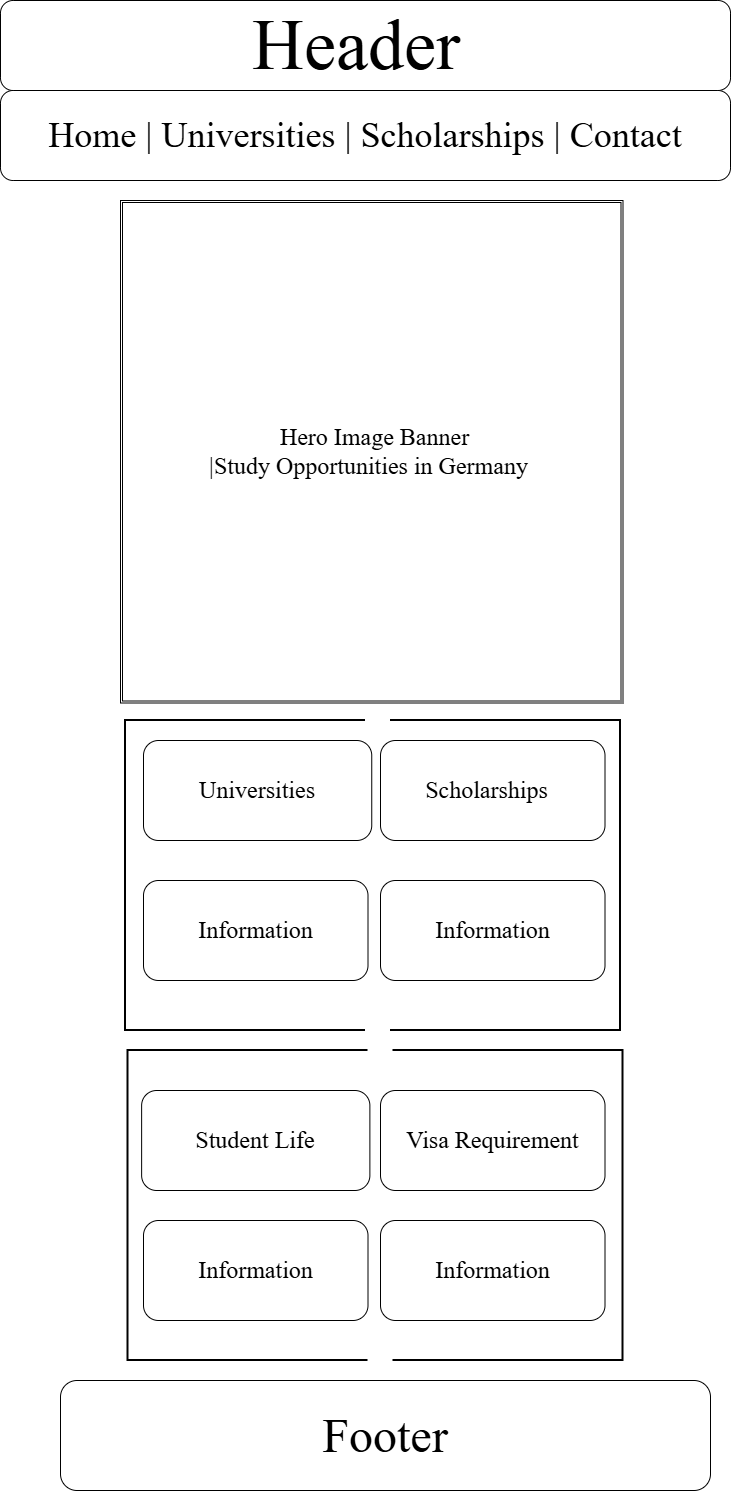
amomoh6392/wdd131 keeps this draw.io diagram as project/images/desktop-wireframe.png. Above is the earlier version. Source tidied: cells renumbered, new cells last; positions are measured from the earlier drawing's top-left corner, leaving out a move shared by most shapes. Source of this version:
```xml
<mxGraphModel>
  <root>
    <mxCell id="0" />
    <mxCell id="1" parent="0" />
    <mxCell id="2" style="strokeWidth=2;html=1;shape=mxgraph.flowchart.annotation_1;align=left;" parent="1" vertex="1">
      <mxGeometry x="125" y="720" width="240" height="310" as="geometry" />
    </mxCell>
    <mxCell id="3" style="strokeWidth=2;html=1;shape=mxgraph.flowchart.annotation_1;align=left;direction=west;" parent="1" vertex="1">
      <mxGeometry x="390" y="720" width="230" height="310" as="geometry" />
    </mxCell>
    <mxCell id="4" value="&lt;font style=&quot;font-size: 72px;&quot;&gt;Header&amp;nbsp;&lt;/font&gt;" style="rounded=1;whiteSpace=wrap;html=1;arcSize=14;fontFamily=Times New Roman;textDirection=ltr;" parent="1" vertex="1">
      <mxGeometry width="730" height="90" as="geometry" />
    </mxCell>
    <mxCell id="5" value="&lt;font face=&quot;Times New Roman&quot; style=&quot;font-size: 24px;&quot;&gt;&amp;nbsp; Hero Image Banner&amp;nbsp;&lt;br&gt;|Study Opportunities in Germany&amp;nbsp;&lt;/font&gt;" style="shape=ext;double=1;whiteSpace=wrap;html=1;" parent="1" vertex="1">
      <mxGeometry x="120" y="200" width="502.5" height="502.5" as="geometry" />
    </mxCell>
    <mxCell id="6" value="&lt;font face=&quot;Times New Roman&quot; style=&quot;font-size: 24px;&quot;&gt;Universities&lt;/font&gt;" style="rounded=1;whiteSpace=wrap;html=1;" parent="1" vertex="1">
      <mxGeometry x="143" y="740" width="228.2" height="100" as="geometry" />
    </mxCell>
    <mxCell id="7" value="&lt;font face=&quot;Times New Roman&quot; style=&quot;font-size: 24px;&quot;&gt;Scholarships&amp;nbsp;&amp;nbsp;&lt;/font&gt;" style="rounded=1;whiteSpace=wrap;html=1;" parent="1" vertex="1">
      <mxGeometry x="380" y="740" width="224.5" height="100" as="geometry" />
    </mxCell>
    <mxCell id="8" value="&lt;font face=&quot;Times New Roman&quot; style=&quot;font-size: 24px;&quot;&gt;Information&lt;/font&gt;" style="rounded=1;whiteSpace=wrap;html=1;" parent="1" vertex="1">
      <mxGeometry x="380" y="880" width="224.5" height="100" as="geometry" />
    </mxCell>
    <mxCell id="9" value="&lt;font face=&quot;Times New Roman&quot; style=&quot;font-size: 48px;&quot;&gt;Footer&lt;/font&gt;" style="rounded=1;whiteSpace=wrap;html=1;" parent="1" vertex="1">
      <mxGeometry x="60" y="1380" width="650" height="110" as="geometry" />
    </mxCell>
    <mxCell id="10" value="&lt;font style=&quot;font-size: 36px;&quot;&gt;Home | Universities | Scholarships | Contact &lt;/font&gt;" style="rounded=1;whiteSpace=wrap;html=1;arcSize=14;fontFamily=Times New Roman;textDirection=ltr;" parent="1" vertex="1">
      <mxGeometry y="90" width="730" height="90" as="geometry" />
    </mxCell>
    <mxCell id="11" value="&lt;font face=&quot;Times New Roman&quot; style=&quot;font-size: 24px;&quot;&gt;Information&lt;/font&gt;" style="rounded=1;whiteSpace=wrap;html=1;" parent="1" vertex="1">
      <mxGeometry x="143" y="880" width="224.5" height="100" as="geometry" />
    </mxCell>
    <mxCell id="12" style="strokeWidth=2;html=1;shape=mxgraph.flowchart.annotation_1;align=left;" parent="1" vertex="1">
      <mxGeometry x="127.5" y="1050" width="240" height="310" as="geometry" />
    </mxCell>
    <mxCell id="13" style="strokeWidth=2;html=1;shape=mxgraph.flowchart.annotation_1;align=left;direction=west;" parent="1" vertex="1">
      <mxGeometry x="392.5" y="1050" width="230" height="310" as="geometry" />
    </mxCell>
    <mxCell id="14" value="&lt;font face=&quot;Times New Roman&quot; style=&quot;font-size: 24px;&quot;&gt;Student Life&lt;/font&gt;" style="rounded=1;whiteSpace=wrap;html=1;" parent="1" vertex="1">
      <mxGeometry x="141.1" y="1090" width="228.2" height="100" as="geometry" />
    </mxCell>
    <mxCell id="15" value="&lt;font face=&quot;Times New Roman&quot; style=&quot;font-size: 24px;&quot;&gt;Visa Requirement&lt;/font&gt;" style="rounded=1;whiteSpace=wrap;html=1;" parent="1" vertex="1">
      <mxGeometry x="380" y="1090" width="224.5" height="100" as="geometry" />
    </mxCell>
    <mxCell id="16" value="&lt;font face=&quot;Times New Roman&quot; style=&quot;font-size: 24px;&quot;&gt;Information&lt;/font&gt;" style="rounded=1;whiteSpace=wrap;html=1;" parent="1" vertex="1">
      <mxGeometry x="380" y="1220" width="224.5" height="100" as="geometry" />
    </mxCell>
    <mxCell id="17" value="&lt;font face=&quot;Times New Roman&quot; style=&quot;font-size: 24px;&quot;&gt;Information&lt;/font&gt;" style="rounded=1;whiteSpace=wrap;html=1;" parent="1" vertex="1">
      <mxGeometry x="143" y="1220" width="224.5" height="100" as="geometry" />
    </mxCell>
  </root>
</mxGraphModel>
```
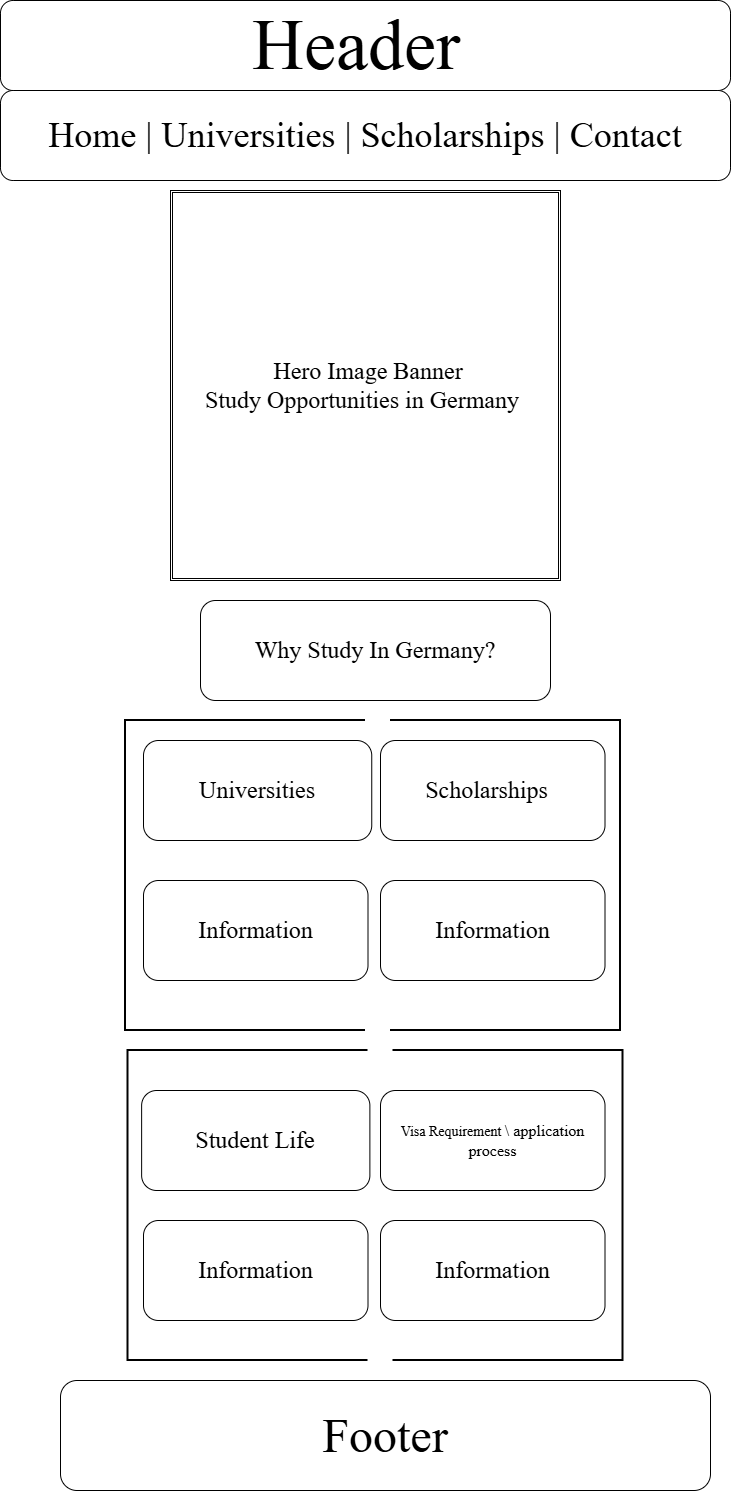
The same file after the commit.

Diff of the diagram source:
```diff
@@ -11,8 +11,8 @@
     <mxCell id="4" value="&lt;font style=&quot;font-size: 72px;&quot;&gt;Header&amp;nbsp;&lt;/font&gt;" style="rounded=1;whiteSpace=wrap;html=1;arcSize=14;fontFamily=Times New Roman;textDirection=ltr;" parent="1" vertex="1">
       <mxGeometry width="730" height="90" as="geometry" />
     </mxCell>
-    <mxCell id="5" value="&lt;font face=&quot;Times New Roman&quot; style=&quot;font-size: 24px;&quot;&gt;&amp;nbsp; Hero Image Banner&amp;nbsp;&lt;br&gt;|Study Opportunities in Germany&amp;nbsp;&lt;/font&gt;" style="shape=ext;double=1;whiteSpace=wrap;html=1;" parent="1" vertex="1">
-      <mxGeometry x="120" y="200" width="502.5" height="502.5" as="geometry" />
+    <mxCell id="5" value="&lt;font face=&quot;Times New Roman&quot; style=&quot;font-size: 24px;&quot;&gt;&amp;nbsp; Hero Image Banner&amp;nbsp;&lt;br&gt;Study Opportunities in Germany&amp;nbsp;&lt;/font&gt;" style="shape=ext;double=1;whiteSpace=wrap;html=1;" parent="1" vertex="1">
+      <mxGeometry x="170" y="190" width="390" height="390" as="geometry" />
     </mxCell>
     <mxCell id="6" value="&lt;font face=&quot;Times New Roman&quot; style=&quot;font-size: 24px;&quot;&gt;Universities&lt;/font&gt;" style="rounded=1;whiteSpace=wrap;html=1;" parent="1" vertex="1">
       <mxGeometry x="143" y="740" width="228.2" height="100" as="geometry" />
@@ -41,7 +41,7 @@
     <mxCell id="14" value="&lt;font face=&quot;Times New Roman&quot; style=&quot;font-size: 24px;&quot;&gt;Student Life&lt;/font&gt;" style="rounded=1;whiteSpace=wrap;html=1;" parent="1" vertex="1">
       <mxGeometry x="141.1" y="1090" width="228.2" height="100" as="geometry" />
     </mxCell>
-    <mxCell id="15" value="&lt;font face=&quot;Times New Roman&quot; style=&quot;font-size: 24px;&quot;&gt;Visa Requirement&lt;/font&gt;" style="rounded=1;whiteSpace=wrap;html=1;" parent="1" vertex="1">
+    <mxCell id="15" value="&lt;font style=&quot;font-size: 14px;&quot; face=&quot;Times New Roman&quot;&gt;Visa Requirement&amp;nbsp;&lt;/font&gt;&lt;span style=&quot;font-family: &amp;quot;Times New Roman&amp;quot;; font-size: medium; background-color: transparent; color: light-dark(rgb(0, 0, 0), rgb(255, 255, 255));&quot;&gt;\ application process&lt;/span&gt;" style="rounded=1;whiteSpace=wrap;html=1;" parent="1" vertex="1">
       <mxGeometry x="380" y="1090" width="224.5" height="100" as="geometry" />
     </mxCell>
     <mxCell id="16" value="&lt;font face=&quot;Times New Roman&quot; style=&quot;font-size: 24px;&quot;&gt;Information&lt;/font&gt;" style="rounded=1;whiteSpace=wrap;html=1;" parent="1" vertex="1">
@@ -50,5 +50,8 @@
     <mxCell id="17" value="&lt;font face=&quot;Times New Roman&quot; style=&quot;font-size: 24px;&quot;&gt;Information&lt;/font&gt;" style="rounded=1;whiteSpace=wrap;html=1;" parent="1" vertex="1">
       <mxGeometry x="143" y="1220" width="224.5" height="100" as="geometry" />
     </mxCell>
+    <mxCell id="18" value="&lt;font face=&quot;Times New Roman&quot; style=&quot;font-size: 24px;&quot;&gt;Why Study In Germany?&lt;/font&gt;" style="rounded=1;whiteSpace=wrap;html=1;" parent="1" vertex="1">
+      <mxGeometry x="200" y="600" width="350" height="100" as="geometry" />
+    </mxCell>
   </root>
 </mxGraphModel>
```
